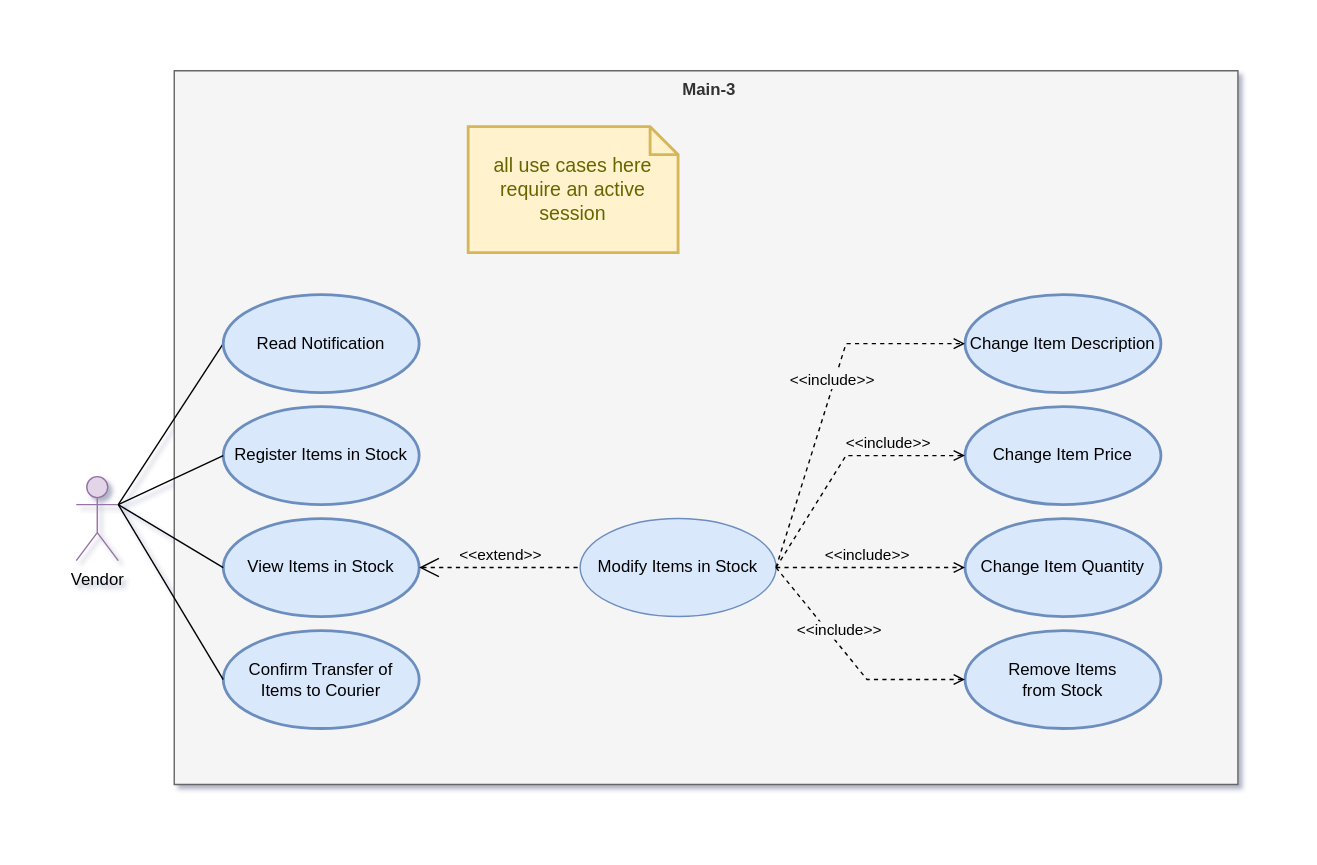
The draw.io diagram software requirement/spec/media/use-case/main-3.drawio.svg in nati-esh-zed/online_shopping_webapp, before a commit. Source tidied: cells renumbered, new cells last; positions are measured from the earlier drawing's top-left corner, leaving out a move shared by most shapes.
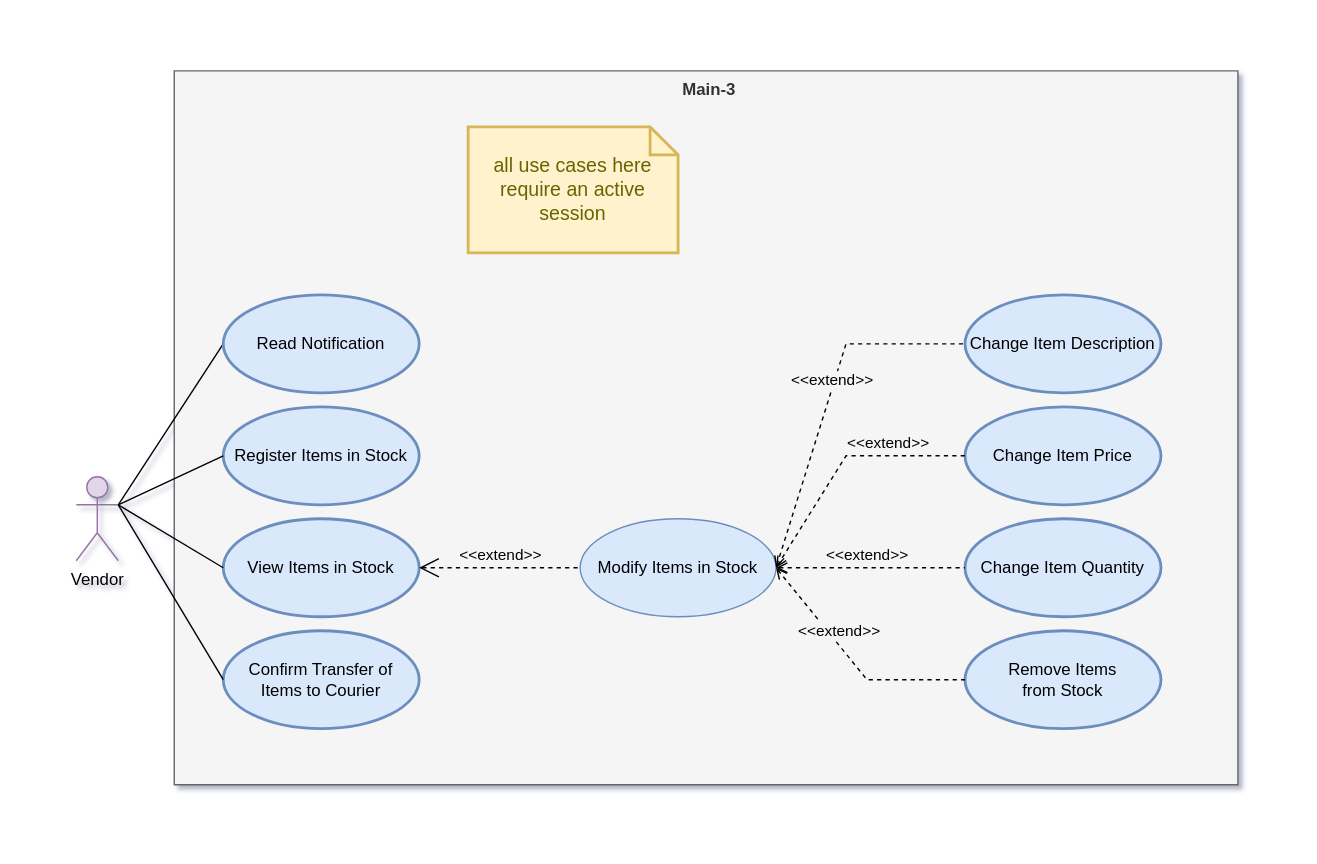
After the change.

Commit message:
fix include-extend use-case diagram

Diff of the diagram source:
```diff
@@ -44,13 +44,13 @@
     <mxCell id="15" value="Change Item Quantity" style="ellipse;whiteSpace=wrap;html=1;fillColor=#dae8fc;strokeColor=#6c8ebf;strokeWidth=2;" parent="1" vertex="1">
       <mxGeometry x="635" y="320" width="140" height="70" as="geometry" />
     </mxCell>
-    <mxCell id="16" value="&amp;lt;&amp;lt;include&amp;gt;&amp;gt;" style="edgeStyle=none;html=1;endArrow=open;verticalAlign=bottom;dashed=1;labelBackgroundColor=#F5F5F5;rounded=0;exitX=1;exitY=0.5;exitDx=0;exitDy=0;entryX=0;entryY=0.5;entryDx=0;entryDy=0;" parent="1" edge="1" source="13" target="15">
+    <mxCell id="16" value="&amp;lt;&amp;lt;extend&amp;gt;&amp;gt;" style="edgeStyle=none;html=1;endArrow=none;verticalAlign=bottom;dashed=1;labelBackgroundColor=#F5F5F5;rounded=0;exitX=1;exitY=0.5;exitDx=0;exitDy=0;entryX=0;entryY=0.5;entryDx=0;entryDy=0;startArrow=open;startFill=0;endFill=0;" parent="1" edge="1" source="13" target="15">
       <mxGeometry x="-0.04" relative="1" as="geometry" />
     </mxCell>
     <mxCell id="17" value="Remove Items&lt;br style=&quot;border-color: var(--border-color);&quot;&gt;from Stock" style="ellipse;whiteSpace=wrap;html=1;fillColor=#dae8fc;strokeColor=#6c8ebf;strokeWidth=2;" parent="1" vertex="1">
       <mxGeometry x="635" y="400" width="140" height="70" as="geometry" />
     </mxCell>
-    <mxCell id="18" value="&amp;lt;&amp;lt;include&amp;gt;&amp;gt;" style="edgeStyle=none;html=1;endArrow=open;verticalAlign=bottom;dashed=1;labelBackgroundColor=#F5F5F5;rounded=0;entryX=0;entryY=0.5;entryDx=0;entryDy=0;exitX=1;exitY=0.5;exitDx=0;exitDy=0;" parent="1" edge="1" source="13" target="17">
+    <mxCell id="18" value="&amp;lt;&amp;lt;extend&amp;gt;&amp;gt;" style="edgeStyle=none;html=1;endArrow=none;verticalAlign=bottom;dashed=1;labelBackgroundColor=#F5F5F5;rounded=0;entryX=0;entryY=0.5;entryDx=0;entryDy=0;exitX=1;exitY=0.5;exitDx=0;exitDy=0;startArrow=open;startFill=0;endFill=0;" parent="1" edge="1" source="13" target="17">
       <mxGeometry x="-0.18" relative="1" as="geometry">
         <Array as="points">
           <mxPoint x="565" y="435" />
@@ -61,7 +61,7 @@
     <mxCell id="19" value="Change Item Description" style="ellipse;whiteSpace=wrap;html=1;fillColor=#dae8fc;strokeColor=#6c8ebf;strokeWidth=2;" parent="1" vertex="1">
       <mxGeometry x="635" y="160" width="140" height="70" as="geometry" />
     </mxCell>
-    <mxCell id="20" value="&amp;lt;&amp;lt;include&amp;gt;&amp;gt;" style="edgeStyle=none;html=1;endArrow=open;verticalAlign=bottom;dashed=1;labelBackgroundColor=#F5F5F5;rounded=0;exitX=1;exitY=0.5;exitDx=0;exitDy=0;entryX=0;entryY=0.5;entryDx=0;entryDy=0;" parent="1" edge="1" source="13" target="19">
+    <mxCell id="20" value="&amp;lt;&amp;lt;extend&amp;gt;&amp;gt;" style="edgeStyle=none;html=1;endArrow=none;verticalAlign=bottom;dashed=1;labelBackgroundColor=#F5F5F5;rounded=0;exitX=1;exitY=0.5;exitDx=0;exitDy=0;entryX=0;entryY=0.5;entryDx=0;entryDy=0;startArrow=open;startFill=0;endFill=0;" parent="1" edge="1" source="13" target="19">
       <mxGeometry x="0.04" y="-1" relative="1" as="geometry">
         <Array as="points">
           <mxPoint x="550" y="195" />
@@ -71,8 +71,8 @@
     <mxCell id="21" value="Change Item Price" style="ellipse;whiteSpace=wrap;html=1;fillColor=#dae8fc;strokeColor=#6c8ebf;strokeWidth=2;" parent="1" vertex="1">
       <mxGeometry x="635" y="240" width="140" height="70" as="geometry" />
     </mxCell>
-    <mxCell id="22" value="&amp;lt;&amp;lt;include&amp;gt;&amp;gt;" style="edgeStyle=none;html=1;endArrow=open;verticalAlign=bottom;dashed=1;labelBackgroundColor=#F5F5F5;rounded=0;exitX=1;exitY=0.5;exitDx=0;exitDy=0;entryX=0;entryY=0.5;entryDx=0;entryDy=0;" parent="1" edge="1" source="13" target="21">
-      <mxGeometry x="0.39" relative="1" as="geometry">
+    <mxCell id="22" value="&amp;lt;&amp;lt;extend&amp;gt;&amp;gt;" style="edgeStyle=none;html=1;endArrow=none;verticalAlign=bottom;dashed=1;labelBackgroundColor=#F5F5F5;rounded=0;exitX=1;exitY=0.5;exitDx=0;exitDy=0;entryX=0;entryY=0.5;entryDx=0;entryDy=0;startArrow=open;startFill=0;endFill=0;" parent="1" edge="1" source="13" target="21">
+      <mxGeometry x="0.38" relative="1" as="geometry">
         <Array as="points">
           <mxPoint x="550" y="275" />
         </Array>
```
